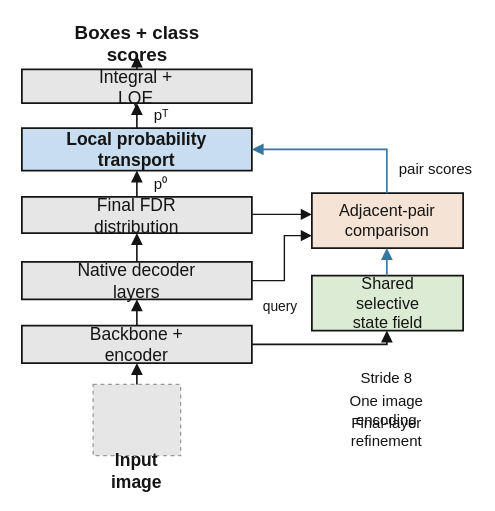
This is assets/paper-figures/lpt-fig1-overview.drawio from youn720lee/Boundary-State-DETR-site, a draw.io file, before an edit. Source tidied: cells renumbered, new cells numbered last; positions are measured from the earlier drawing's top-left corner, leaving out a move shared by most shapes. Both pictures are drawn from the tidied source at 125%, with x=0, y=0 at pixel (21, 30). Pictures stored in the file or linked from it are replaced by grey dashed boxes.
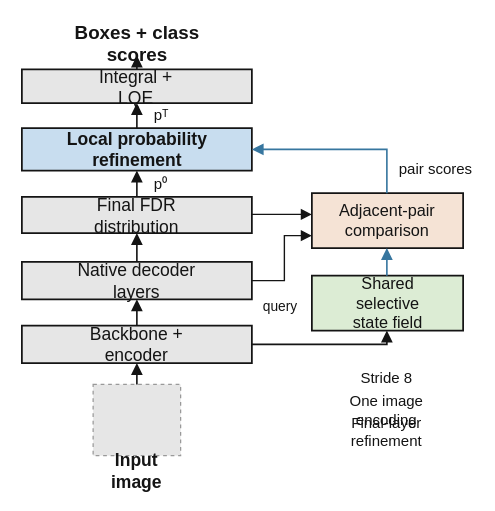
The same diagram, later.

The edit, as a diff of the source:
```diff
@@
-    <mxCell id="6" value="Local probability transport" style="text;html=0;align=center;verticalAlign=middle;whiteSpace=wrap;overflow=visible;fillColor=none;strokeColor=none;fontFamily=Calibri;fontSize=14;fontStyle=1;fontColor=#141414;" parent="1" vertex="1">
-      <mxGeometry x="10.8" y="85.1" width="162.4" height="19.8" as="geometry" />
+    <mxCell id="6" value="Local probability refinement" style="text;html=0;align=center;verticalAlign=middle;whiteSpace=wrap;overflow=visible;fillColor=none;strokeColor=none;fontFamily=Calibri;fontSize=14;fontStyle=1;fontColor=#141414;" parent="1" vertex="1">
+      <mxGeometry x="5.5" y="85.1" width="173" height="19.8" as="geometry" />
     </mxCell>
```
